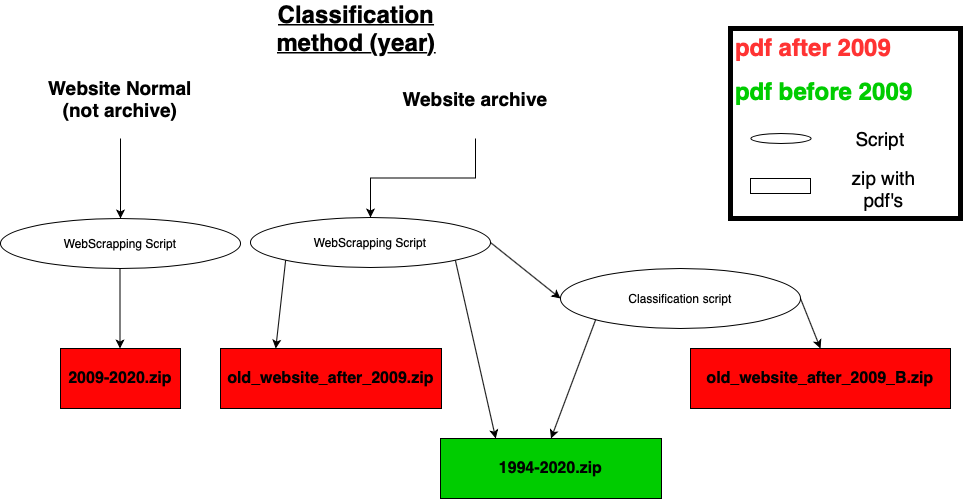
Earlier version of the draw.io export scrape_us.png (albertonvilas/WebScrapping_USA_JusticeDepartment). Source tidied: cells renumbered, new cells last; positions are measured from the earlier drawing's top-left corner, leaving out a move shared by most shapes. Source of this version:
```xml
<mxGraphModel>
  <root>
    <mxCell id="0" />
    <mxCell id="1" parent="0" />
    <mxCell id="2" value="WebScrapping Script" style="ellipse;whiteSpace=wrap;html=1;" parent="1" vertex="1">
      <mxGeometry y="200" width="240" height="50" as="geometry" />
    </mxCell>
    <mxCell id="3" style="endArrow=classic;html=1;exitX=0.5;exitY=1;exitDx=0;exitDy=0;" parent="1" edge="1">
      <mxGeometry relative="1" as="geometry">
        <mxPoint x="119.5" y="250" as="sourcePoint" />
        <mxPoint x="119.5" y="330" as="targetPoint" />
      </mxGeometry>
    </mxCell>
    <mxCell id="4" value="&lt;h1&gt;&lt;font color=&quot;#ff3333&quot;&gt;pdf after 2009&lt;/font&gt;&lt;/h1&gt;&lt;div&gt;&lt;h1&gt;&lt;font color=&quot;#00cc00&quot;&gt;pdf before 2009&lt;/font&gt;&lt;/h1&gt;&lt;/div&gt;&lt;div&gt;&lt;br&gt;&lt;/div&gt;" style="text;html=1;fillColor=none;spacing=5;spacingTop=-20;whiteSpace=wrap;overflow=hidden;rounded=0;strokeColor=#000000;strokeWidth=5;" parent="1" vertex="1">
      <mxGeometry x="730" y="10" width="230" height="190" as="geometry" />
    </mxCell>
    <mxCell id="5" value="&lt;b&gt;&lt;font style=&quot;font-size: 16px&quot;&gt;2009-2020.zip&lt;/font&gt;&lt;/b&gt;" style="rounded=0;whiteSpace=wrap;html=1;fillColor=#FF0505;" parent="1" vertex="1">
      <mxGeometry x="60" y="330" width="120" height="60" as="geometry" />
    </mxCell>
    <mxCell id="6" style="edgeStyle=orthogonalEdgeStyle;rounded=0;jettySize=auto;html=1;" parent="1" edge="1" source="7" target="2">
      <mxGeometry relative="1" as="geometry">
        <Array as="points">
          <mxPoint x="120" y="140" />
          <mxPoint x="120" y="140" />
        </Array>
      </mxGeometry>
    </mxCell>
    <mxCell id="7" value="Website Normal&lt;br style=&quot;font-size: 19px;&quot;&gt;(not archive)" style="text;html=1;strokeColor=none;fillColor=none;align=center;verticalAlign=middle;whiteSpace=wrap;rounded=0;fontStyle=1;fontSize=19;" parent="1" vertex="1">
      <mxGeometry x="25" y="40" width="190" height="80" as="geometry" />
    </mxCell>
    <mxCell id="8" value="Website archive&lt;br style=&quot;font-size: 19px;&quot;&gt;" style="text;html=1;strokeColor=none;fillColor=none;align=center;verticalAlign=middle;whiteSpace=wrap;rounded=0;fontSize=19;fontStyle=1;" parent="1" vertex="1">
      <mxGeometry x="380" y="40" width="190" height="80" as="geometry" />
    </mxCell>
    <mxCell id="9" style="edgeStyle=orthogonalEdgeStyle;rounded=0;jettySize=auto;html=1;exitX=0.5;exitY=1;exitDx=0;exitDy=0;entryX=0.5;entryY=0;entryDx=0;entryDy=0;" parent="1" edge="1" source="8" target="10">
      <mxGeometry relative="1" as="geometry" />
    </mxCell>
    <mxCell id="10" value="WebScrapping Script" style="ellipse;whiteSpace=wrap;html=1;" parent="1" vertex="1">
      <mxGeometry x="250" y="199" width="240" height="50" as="geometry" />
    </mxCell>
    <mxCell id="11" value="Classification script" style="ellipse;whiteSpace=wrap;html=1;" parent="1" vertex="1">
      <mxGeometry x="560" y="250" width="240" height="60" as="geometry" />
    </mxCell>
    <mxCell id="12" value="&lt;b&gt;&lt;font style=&quot;font-size: 16px&quot;&gt;old_website_after_2009.zip&lt;/font&gt;&lt;/b&gt;" style="rounded=0;whiteSpace=wrap;html=1;fillColor=#FF0505;" parent="1" vertex="1">
      <mxGeometry x="220" y="330" width="221" height="60" as="geometry" />
    </mxCell>
    <mxCell id="13" style="endArrow=classic;html=1;exitX=0;exitY=1;exitDx=0;exitDy=0;entryX=0.25;entryY=0;entryDx=0;entryDy=0;" parent="1" edge="1" source="10" target="12">
      <mxGeometry relative="1" as="geometry" />
    </mxCell>
    <mxCell id="14" value="&lt;b&gt;&lt;font style=&quot;font-size: 16px&quot;&gt;1994-2020.zip&lt;/font&gt;&lt;/b&gt;" style="rounded=0;whiteSpace=wrap;html=1;fillColor=#00CC00;" parent="1" vertex="1">
      <mxGeometry x="440" y="420" width="221" height="60" as="geometry" />
    </mxCell>
    <mxCell id="15" value="&lt;b&gt;&lt;u&gt;&lt;font style=&quot;font-size: 24px&quot;&gt;Classification method (year)&lt;/font&gt;&lt;/u&gt;&lt;/b&gt;" style="text;html=1;strokeColor=none;fillColor=none;align=center;verticalAlign=middle;whiteSpace=wrap;rounded=0;fontSize=19;" parent="1" vertex="1">
      <mxGeometry x="251" width="210" height="20" as="geometry" />
    </mxCell>
    <mxCell id="16" style="endArrow=classic;html=1;fontSize=19;exitX=1;exitY=0.5;exitDx=0;exitDy=0;entryX=0;entryY=0.5;entryDx=0;entryDy=0;" parent="1" edge="1" source="10" target="11">
      <mxGeometry relative="1" as="geometry" />
    </mxCell>
    <mxCell id="17" style="endArrow=classic;html=1;fontSize=19;exitX=1;exitY=1;exitDx=0;exitDy=0;entryX=0.25;entryY=0;entryDx=0;entryDy=0;" parent="1" edge="1" source="10" target="14">
      <mxGeometry relative="1" as="geometry" />
    </mxCell>
    <mxCell id="18" style="ellipse;whiteSpace=wrap;html=1;strokeColor=#000000;strokeWidth=1;fontSize=19;fillColor=#FFFFFF;" parent="1" vertex="1">
      <mxGeometry x="750.5" y="115" width="60" height="10" as="geometry" />
    </mxCell>
    <mxCell id="19" value="Script" style="text;html=1;strokeColor=none;fillColor=none;align=center;verticalAlign=middle;whiteSpace=wrap;rounded=0;fontSize=19;" parent="1" vertex="1">
      <mxGeometry x="860" y="110" width="40" height="20" as="geometry" />
    </mxCell>
    <mxCell id="20" value="&lt;b&gt;&lt;font style=&quot;font-size: 16px&quot;&gt;old_website_after_2009_B.zip&lt;/font&gt;&lt;/b&gt;" style="rounded=0;whiteSpace=wrap;html=1;fillColor=#FF0505;" parent="1" vertex="1">
      <mxGeometry x="690" y="330" width="260" height="60" as="geometry" />
    </mxCell>
    <mxCell id="21" style="endArrow=classic;html=1;fontSize=19;exitX=0;exitY=1;exitDx=0;exitDy=0;entryX=0.5;entryY=0;entryDx=0;entryDy=0;" parent="1" edge="1">
      <mxGeometry relative="1" as="geometry">
        <mxPoint x="595.1" y="301.2" as="sourcePoint" />
        <mxPoint x="550.5" y="420" as="targetPoint" />
      </mxGeometry>
    </mxCell>
    <mxCell id="22" style="endArrow=classic;html=1;fontSize=19;exitX=1;exitY=0.5;exitDx=0;exitDy=0;entryX=0.5;entryY=0;entryDx=0;entryDy=0;" parent="1" edge="1" source="11" target="20">
      <mxGeometry relative="1" as="geometry" />
    </mxCell>
    <mxCell id="23" style="rounded=0;whiteSpace=wrap;html=1;strokeColor=#000000;strokeWidth=1;fontSize=19;fillColor=#FFFFFF;" parent="1" vertex="1">
      <mxGeometry x="750" y="160" width="60" height="15" as="geometry" />
    </mxCell>
    <mxCell id="24" value="zip with pdf's" style="text;html=1;strokeColor=none;fillColor=none;align=center;verticalAlign=middle;whiteSpace=wrap;rounded=0;fontSize=19;" parent="1" vertex="1">
      <mxGeometry x="837" y="160" width="93" height="20" as="geometry" />
    </mxCell>
  </root>
</mxGraphModel>
```
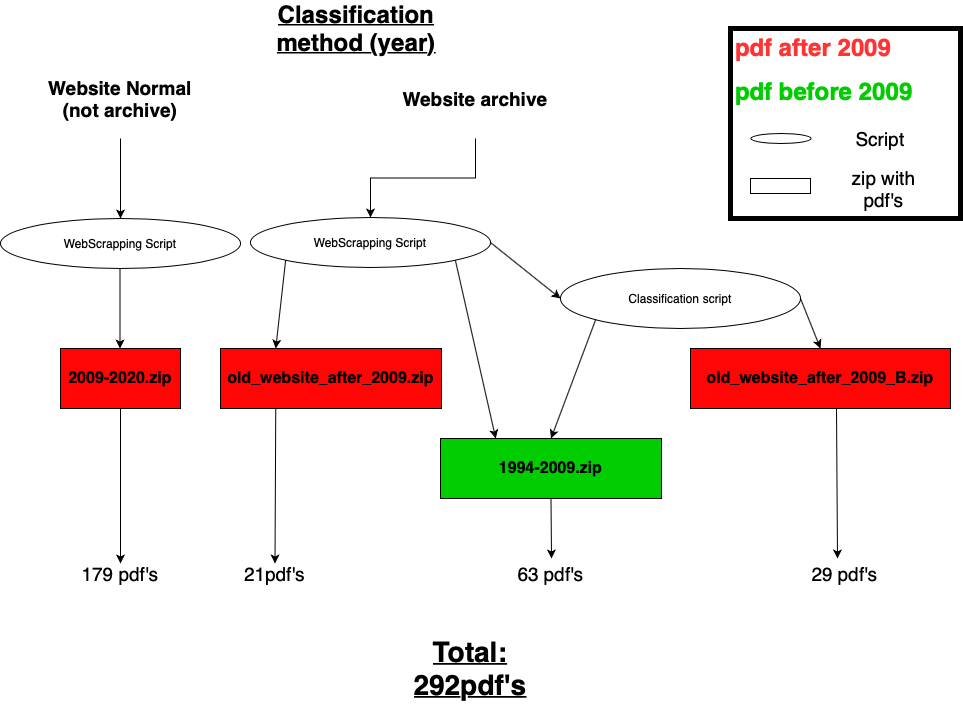
After the commit.

The edit, as a diff of the source:
```diff
@@ -46,7 +46,7 @@
     <mxCell id="13" style="endArrow=classic;html=1;exitX=0;exitY=1;exitDx=0;exitDy=0;entryX=0.25;entryY=0;entryDx=0;entryDy=0;" parent="1" edge="1" source="10" target="12">
       <mxGeometry relative="1" as="geometry" />
     </mxCell>
-    <mxCell id="14" value="&lt;b&gt;&lt;font style=&quot;font-size: 16px&quot;&gt;1994-2020.zip&lt;/font&gt;&lt;/b&gt;" style="rounded=0;whiteSpace=wrap;html=1;fillColor=#00CC00;" parent="1" vertex="1">
+    <mxCell id="14" value="&lt;b&gt;&lt;font style=&quot;font-size: 16px&quot;&gt;1994-2009.zip&lt;/font&gt;&lt;/b&gt;" style="rounded=0;whiteSpace=wrap;html=1;fillColor=#00CC00;" parent="1" vertex="1">
       <mxGeometry x="440" y="420" width="221" height="60" as="geometry" />
     </mxCell>
     <mxCell id="15" value="&lt;b&gt;&lt;u&gt;&lt;font style=&quot;font-size: 24px&quot;&gt;Classification method (year)&lt;/font&gt;&lt;/u&gt;&lt;/b&gt;" style="text;html=1;strokeColor=none;fillColor=none;align=center;verticalAlign=middle;whiteSpace=wrap;rounded=0;fontSize=19;" parent="1" vertex="1">
@@ -82,5 +82,37 @@
     <mxCell id="24" value="zip with pdf's" style="text;html=1;strokeColor=none;fillColor=none;align=center;verticalAlign=middle;whiteSpace=wrap;rounded=0;fontSize=19;" parent="1" vertex="1">
       <mxGeometry x="837" y="160" width="93" height="20" as="geometry" />
     </mxCell>
+    <mxCell id="25" style="endArrow=classic;html=1;fontSize=19;exitX=0.5;exitY=1;exitDx=0;exitDy=0;" parent="1" edge="1" source="5" target="26">
+      <mxGeometry relative="1" as="geometry" />
+    </mxCell>
+    <mxCell id="26" value="179 pdf's" style="text;html=1;strokeColor=none;fillColor=none;align=center;verticalAlign=middle;whiteSpace=wrap;rounded=0;fontSize=19;" parent="1" vertex="1">
+      <mxGeometry x="80" y="545" width="80" height="20" as="geometry" />
+    </mxCell>
+    <mxCell id="27" style="endArrow=classic;html=1;fontSize=19;exitX=0.25;exitY=1;exitDx=0;exitDy=0;entryX=0.5;entryY=0;entryDx=0;entryDy=0;" parent="1" edge="1" source="12" target="28">
+      <mxGeometry relative="1" as="geometry" />
+    </mxCell>
+    <mxCell id="28" value="21pdf's" style="text;html=1;strokeColor=none;fillColor=none;align=center;verticalAlign=middle;whiteSpace=wrap;rounded=0;fontSize=19;" parent="1" vertex="1">
+      <mxGeometry x="240" y="545" width="69" height="20" as="geometry" />
+    </mxCell>
+    <mxCell id="29" style="endArrow=classic;html=1;fontSize=19;exitX=0.5;exitY=1;exitDx=0;exitDy=0;" parent="1" edge="1" source="14">
+      <mxGeometry relative="1" as="geometry">
+        <mxPoint x="551" y="540" as="targetPoint" />
+      </mxGeometry>
+    </mxCell>
+    <mxCell id="30" value="63 pdf's" style="text;html=1;strokeColor=none;fillColor=none;align=center;verticalAlign=middle;whiteSpace=wrap;rounded=0;fontSize=19;" parent="1" vertex="1">
+      <mxGeometry x="516" y="545" width="69" height="20" as="geometry" />
+    </mxCell>
+    <mxCell id="31" value="29 pdf's" style="text;html=1;strokeColor=none;fillColor=none;align=center;verticalAlign=middle;whiteSpace=wrap;rounded=0;fontSize=19;" parent="1" vertex="1">
+      <mxGeometry x="810" y="545" width="69" height="20" as="geometry" />
+    </mxCell>
+    <mxCell id="32" style="endArrow=classic;html=1;fontSize=19;exitX=0.5;exitY=1;exitDx=0;exitDy=0;" parent="1" edge="1">
+      <mxGeometry relative="1" as="geometry">
+        <mxPoint x="836" y="390" as="sourcePoint" />
+        <mxPoint x="837" y="540" as="targetPoint" />
+      </mxGeometry>
+    </mxCell>
+    <mxCell id="33" value="Total:&lt;br style=&quot;font-size: 28px;&quot;&gt;292pdf's" style="text;html=1;strokeColor=none;fillColor=none;align=center;verticalAlign=middle;whiteSpace=wrap;rounded=0;fontSize=28;fontStyle=5;" parent="1" vertex="1">
+      <mxGeometry x="390" y="610" width="160" height="80" as="geometry" />
+    </mxCell>
   </root>
 </mxGraphModel>
```
